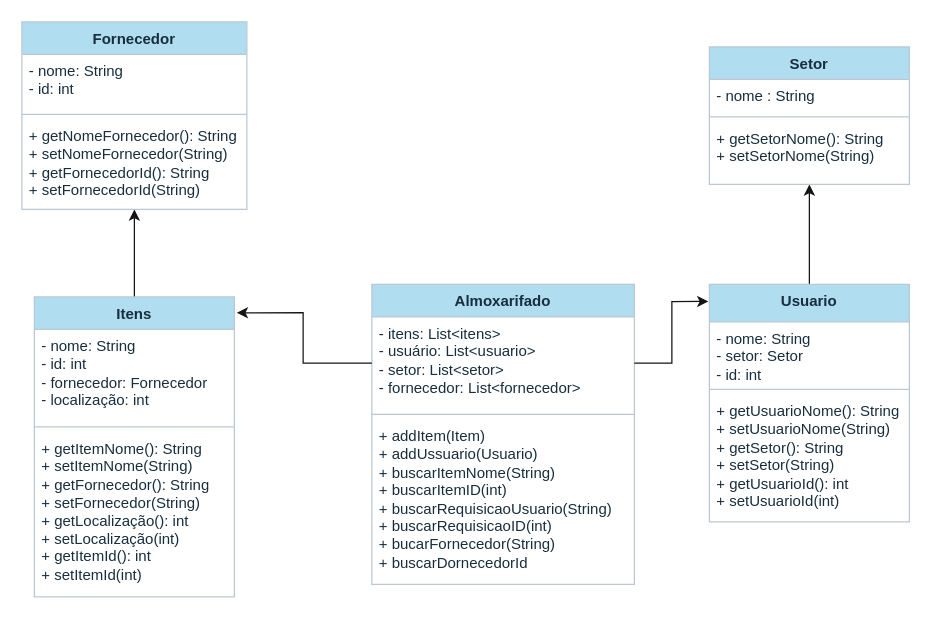
Before: engenharia SW/Classes UML - Almox.drawio in BeatrizBonatto/Bertoti, a draw.io diagram. Source tidied: cells renumbered, new cells numbered last; positions are measured from the earlier drawing's top-left corner, leaving out a move shared by most shapes. Both pictures are drawn from the tidied source at 125%, with x=0, y=0 at pixel (21, 21).
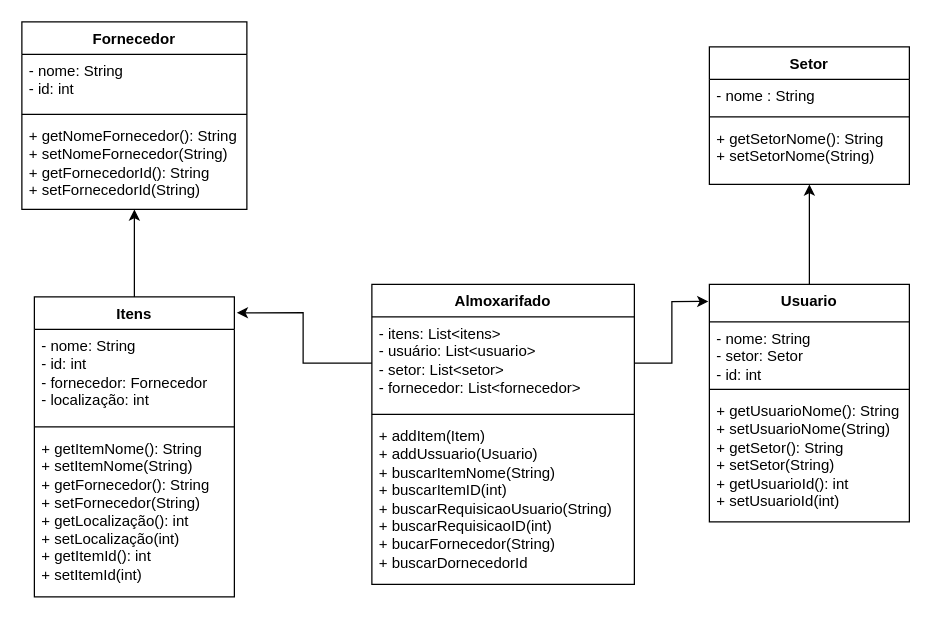
Above is the later version.

Diff of the diagram source:
```diff
@@
-    <mxCell id="2" value="Almoxarifado" style="swimlane;fontStyle=1;align=center;verticalAlign=top;horizontal=1;startSize=26;whiteSpace=wrap;html=1;labelBackgroundColor=none;fillColor=#B1DDF0;strokeColor=#BAC8D3;fontColor=#182E3E;" parent="1" vertex="1">
+    <mxCell id="2" value="Almoxarifado" style="swimlane;fontStyle=1;align=center;verticalAlign=top;horizontal=1;startSize=26;whiteSpace=wrap;html=1;labelBackgroundColor=none;" parent="1" vertex="1">
       <mxGeometry x="280" y="210" width="210" height="240" as="geometry" />
     </mxCell>
-    <mxCell id="3" value="- itens: List&amp;lt;itens&amp;gt;&lt;br&gt;- usuário: List&amp;lt;usuario&amp;gt;&lt;br&gt;- setor: List&amp;lt;setor&amp;gt;&lt;br&gt;- fornecedor: List&amp;lt;fornecedor&amp;gt;" style="text;strokeColor=none;fillColor=none;align=left;verticalAlign=top;spacingLeft=4;spacingRight=4;overflow=hidden;points=[[0,0.5],[1,0.5]];portConstraint=eastwest;whiteSpace=wrap;html=1;labelBackgroundColor=none;fontColor=#182E3E;" parent="2" vertex="1">
+    <mxCell id="3" value="- itens: List&amp;lt;itens&amp;gt;&lt;br&gt;- usuário: List&amp;lt;usuario&amp;gt;&lt;br&gt;- setor: List&amp;lt;setor&amp;gt;&lt;br&gt;- fornecedor: List&amp;lt;fornecedor&amp;gt;" style="text;strokeColor=none;fillColor=none;align=left;verticalAlign=top;spacingLeft=4;spacingRight=4;overflow=hidden;points=[[0,0.5],[1,0.5]];portConstraint=eastwest;whiteSpace=wrap;html=1;labelBackgroundColor=none;" parent="2" vertex="1">
       <mxGeometry y="26" width="210" height="74" as="geometry" />
     </mxCell>
-    <mxCell id="4" style="line;strokeWidth=1;fillColor=none;align=left;verticalAlign=middle;spacingTop=-1;spacingLeft=3;spacingRight=3;labelPosition=right;strokeColor=#BAC8D3;labelBackgroundColor=none;fontColor=#182E3E;" parent="2" vertex="1">
+    <mxCell id="4" style="line;strokeWidth=1;fillColor=none;align=left;verticalAlign=middle;spacingTop=-1;spacingLeft=3;spacingRight=3;labelPosition=right;labelBackgroundColor=none;" parent="2" vertex="1">
       <mxGeometry y="100" width="210" height="8" as="geometry" />
     </mxCell>
-    <mxCell id="5" value="+ addItem(Item)&lt;br&gt;+ addUssuario(Usuario)&lt;br&gt;+ buscarItemNome(String)&lt;br&gt;+ buscarItemID(int)&lt;br&gt;+ buscarRequisicaoUsuario(String)&lt;br&gt;+ buscarRequisicaoID(int)&lt;br&gt;+ bucarFornecedor(String)&lt;br&gt;+ buscarDornecedorId" style="text;strokeColor=none;fillColor=none;align=left;verticalAlign=top;spacingLeft=4;spacingRight=4;overflow=hidden;whiteSpace=wrap;html=1;labelBackgroundColor=none;fontColor=#182E3E;" parent="2" vertex="1">
+    <mxCell id="5" value="+ addItem(Item)&lt;br&gt;+ addUssuario(Usuario)&lt;br&gt;+ buscarItemNome(String)&lt;br&gt;+ buscarItemID(int)&lt;br&gt;+ buscarRequisicaoUsuario(String)&lt;br&gt;+ buscarRequisicaoID(int)&lt;br&gt;+ bucarFornecedor(String)&lt;br&gt;+ buscarDornecedorId" style="text;strokeColor=none;fillColor=none;align=left;verticalAlign=top;spacingLeft=4;spacingRight=4;overflow=hidden;whiteSpace=wrap;html=1;labelBackgroundColor=none;" parent="2" vertex="1">
       <mxGeometry y="108" width="210" height="132" as="geometry" />
     </mxCell>
-    <mxCell id="6" style="edgeStyle=orthogonalEdgeStyle;rounded=0;jettySize=auto;html=1;exitX=0.5;exitY=0;exitDx=0;exitDy=0;entryX=0.5;entryY=1;entryDx=0;entryDy=0;labelBackgroundColor=none;strokeColor=#141414;fontColor=default;" parent="1" edge="1" source="7" target="16">
+    <mxCell id="6" style="edgeStyle=orthogonalEdgeStyle;rounded=0;jettySize=auto;html=1;exitX=0.5;exitY=0;exitDx=0;exitDy=0;entryX=0.5;entryY=1;entryDx=0;entryDy=0;labelBackgroundColor=none;fontColor=default;" parent="1" edge="1" source="7" target="16">
       <mxGeometry relative="1" as="geometry" />
     </mxCell>
-    <mxCell id="7" value="Itens" style="swimlane;fontStyle=1;align=center;verticalAlign=top;horizontal=1;startSize=26;whiteSpace=wrap;html=1;labelBackgroundColor=none;fillColor=#B1DDF0;strokeColor=#BAC8D3;fontColor=#182E3E;" parent="1" vertex="1">
+    <mxCell id="7" value="Itens" style="swimlane;fontStyle=1;align=center;verticalAlign=top;horizontal=1;startSize=26;whiteSpace=wrap;html=1;labelBackgroundColor=none;" parent="1" vertex="1">
       <mxGeometry x="10" y="220" width="160" height="240" as="geometry" />
     </mxCell>
-    <mxCell id="8" value="- nome: String&lt;br&gt;- id: int&lt;br&gt;- fornecedor: Fornecedor&lt;br&gt;- localização: int" style="text;strokeColor=none;fillColor=none;align=left;verticalAlign=top;spacingLeft=4;spacingRight=4;overflow=hidden;whiteSpace=wrap;html=1;labelBackgroundColor=none;fontColor=#182E3E;" parent="7" vertex="1">
+    <mxCell id="8" value="- nome: String&lt;br&gt;- id: int&lt;br&gt;- fornecedor: Fornecedor&lt;br&gt;- localização: int" style="text;strokeColor=none;fillColor=none;align=left;verticalAlign=top;spacingLeft=4;spacingRight=4;overflow=hidden;whiteSpace=wrap;html=1;labelBackgroundColor=none;" parent="7" vertex="1">
       <mxGeometry y="26" width="160" height="74" as="geometry" />
     </mxCell>
-    <mxCell id="9" style="line;strokeWidth=1;fillColor=none;align=left;verticalAlign=middle;spacingTop=-1;spacingLeft=3;spacingRight=3;labelPosition=right;strokeColor=#BAC8D3;labelBackgroundColor=none;fontColor=#182E3E;" parent="7" vertex="1">
+    <mxCell id="9" style="line;strokeWidth=1;fillColor=none;align=left;verticalAlign=middle;spacingTop=-1;spacingLeft=3;spacingRight=3;labelPosition=right;labelBackgroundColor=none;" parent="7" vertex="1">
       <mxGeometry y="100" width="160" height="8" as="geometry" />
     </mxCell>
-    <mxCell id="10" value="+ getItemNome(): String&lt;br style=&quot;border-color: var(--border-color);&quot;&gt;+ setItemNome(String)&lt;br&gt;+ getFornecedor(): String&lt;br style=&quot;border-color: var(--border-color);&quot;&gt;+ setFornecedor(String)&lt;br&gt;+ getLocalização(): int&lt;br style=&quot;border-color: var(--border-color);&quot;&gt;+ setLocalização(int)&lt;br&gt;+ getItemId(): int&lt;br&gt;+ setItemId(int)" style="text;strokeColor=none;fillColor=none;align=left;verticalAlign=top;spacingLeft=4;spacingRight=4;overflow=hidden;whiteSpace=wrap;html=1;labelBackgroundColor=none;fontColor=#182E3E;" parent="7" vertex="1">
+    <mxCell id="10" value="+ getItemNome(): String&lt;br style=&quot;border-color: var(--border-color);&quot;&gt;+ setItemNome(String)&lt;br&gt;+ getFornecedor(): String&lt;br style=&quot;border-color: var(--border-color);&quot;&gt;+ setFornecedor(String)&lt;br&gt;+ getLocalização(): int&lt;br style=&quot;border-color: var(--border-color);&quot;&gt;+ setLocalização(int)&lt;br&gt;+ getItemId(): int&lt;br&gt;+ setItemId(int)" style="text;strokeColor=none;fillColor=none;align=left;verticalAlign=top;spacingLeft=4;spacingRight=4;overflow=hidden;whiteSpace=wrap;html=1;labelBackgroundColor=none;" parent="7" vertex="1">
       <mxGeometry y="108" width="160" height="132" as="geometry" />
     </mxCell>
-    <mxCell id="11" style="edgeStyle=orthogonalEdgeStyle;rounded=0;jettySize=auto;html=1;exitX=0.5;exitY=0;exitDx=0;exitDy=0;entryX=0.5;entryY=1;entryDx=0;entryDy=0;entryPerimeter=0;labelBackgroundColor=none;strokeColor=#141414;fontColor=default;" parent="1" edge="1" source="12" target="23">
+    <mxCell id="11" style="edgeStyle=orthogonalEdgeStyle;rounded=0;jettySize=auto;html=1;exitX=0.5;exitY=0;exitDx=0;exitDy=0;entryX=0.5;entryY=1;entryDx=0;entryDy=0;entryPerimeter=0;labelBackgroundColor=none;fontColor=default;" parent="1" edge="1" source="12" target="23">
       <mxGeometry relative="1" as="geometry" />
     </mxCell>
-    <mxCell id="12" value="Usuario" style="swimlane;fontStyle=1;align=center;verticalAlign=top;horizontal=1;startSize=30;whiteSpace=wrap;html=1;labelBackgroundColor=none;fillColor=#B1DDF0;strokeColor=#BAC8D3;fontColor=#182E3E;" parent="1" vertex="1">
+    <mxCell id="12" value="Usuario" style="swimlane;fontStyle=1;align=center;verticalAlign=top;horizontal=1;startSize=30;whiteSpace=wrap;html=1;labelBackgroundColor=none;" parent="1" vertex="1">
       <mxGeometry x="550" y="210" width="160" height="190" as="geometry" />
     </mxCell>
-    <mxCell id="13" value="- nome: String&lt;br&gt;- setor: Setor&lt;br&gt;- id: int" style="text;strokeColor=none;fillColor=none;align=left;verticalAlign=top;spacingLeft=4;spacingRight=4;overflow=hidden;whiteSpace=wrap;html=1;labelBackgroundColor=none;fontColor=#182E3E;" parent="12" vertex="1">
+    <mxCell id="13" value="- nome: String&lt;br&gt;- setor: Setor&lt;br&gt;- id: int" style="text;strokeColor=none;fillColor=none;align=left;verticalAlign=top;spacingLeft=4;spacingRight=4;overflow=hidden;whiteSpace=wrap;html=1;labelBackgroundColor=none;" parent="12" vertex="1">
       <mxGeometry y="30" width="160" height="50" as="geometry" />
     </mxCell>
-    <mxCell id="14" style="line;strokeWidth=1;fillColor=none;align=left;verticalAlign=middle;spacingTop=-1;spacingLeft=3;spacingRight=3;labelPosition=right;strokeColor=#BAC8D3;labelBackgroundColor=none;fontColor=#182E3E;" parent="12" vertex="1">
+    <mxCell id="14" style="line;strokeWidth=1;fillColor=none;align=left;verticalAlign=middle;spacingTop=-1;spacingLeft=3;spacingRight=3;labelPosition=right;labelBackgroundColor=none;" parent="12" vertex="1">
       <mxGeometry y="80" width="160" height="8" as="geometry" />
     </mxCell>
-    <mxCell id="15" value="+ getUsuarioNome(): String&lt;br&gt;+ setUsuarioNome(String)&lt;br&gt;+ getSetor(): String&lt;br style=&quot;border-color: var(--border-color);&quot;&gt;+ setSetor(String)&lt;br&gt;+ getUsuarioId(): int&lt;br style=&quot;border-color: var(--border-color);&quot;&gt;+ setUsuarioId(int)" style="text;strokeColor=none;fillColor=none;align=left;verticalAlign=top;spacingLeft=4;spacingRight=4;overflow=hidden;whiteSpace=wrap;html=1;labelBackgroundColor=none;fontColor=#182E3E;" parent="12" vertex="1">
+    <mxCell id="15" value="+ getUsuarioNome(): String&lt;br&gt;+ setUsuarioNome(String)&lt;br&gt;+ getSetor(): String&lt;br style=&quot;border-color: var(--border-color);&quot;&gt;+ setSetor(String)&lt;br&gt;+ getUsuarioId(): int&lt;br style=&quot;border-color: var(--border-color);&quot;&gt;+ setUsuarioId(int)" style="text;strokeColor=none;fillColor=none;align=left;verticalAlign=top;spacingLeft=4;spacingRight=4;overflow=hidden;whiteSpace=wrap;html=1;labelBackgroundColor=none;" parent="12" vertex="1">
       <mxGeometry y="88" width="160" height="102" as="geometry" />
     </mxCell>
-    <mxCell id="16" value="Fornecedor" style="swimlane;fontStyle=1;align=center;verticalAlign=top;horizontal=1;startSize=26;whiteSpace=wrap;html=1;labelBackgroundColor=none;fillColor=#B1DDF0;strokeColor=#BAC8D3;fontColor=#182E3E;" parent="1" vertex="1">
+    <mxCell id="16" value="Fornecedor" style="swimlane;fontStyle=1;align=center;verticalAlign=top;horizontal=1;startSize=26;whiteSpace=wrap;html=1;labelBackgroundColor=none;" parent="1" vertex="1">
       <mxGeometry width="180" height="150" as="geometry" />
     </mxCell>
-    <mxCell id="17" value="- nome: String&lt;br&gt;- id: int" style="text;strokeColor=none;fillColor=none;align=left;verticalAlign=top;spacingLeft=4;spacingRight=4;overflow=hidden;whiteSpace=wrap;html=1;labelBackgroundColor=none;fontColor=#182E3E;" parent="16" vertex="1">
+    <mxCell id="17" value="- nome: String&lt;br&gt;- id: int" style="text;strokeColor=none;fillColor=none;align=left;verticalAlign=top;spacingLeft=4;spacingRight=4;overflow=hidden;whiteSpace=wrap;html=1;labelBackgroundColor=none;" parent="16" vertex="1">
       <mxGeometry y="26" width="180" height="44" as="geometry" />
     </mxCell>
-    <mxCell id="18" style="line;strokeWidth=1;fillColor=none;align=left;verticalAlign=middle;spacingTop=-1;spacingLeft=3;spacingRight=3;labelPosition=right;strokeColor=#BAC8D3;labelBackgroundColor=none;fontColor=#182E3E;" parent="16" vertex="1">
+    <mxCell id="18" style="line;strokeWidth=1;fillColor=none;align=left;verticalAlign=middle;spacingTop=-1;spacingLeft=3;spacingRight=3;labelPosition=right;labelBackgroundColor=none;" parent="16" vertex="1">
       <mxGeometry y="70" width="180" height="8" as="geometry" />
     </mxCell>
-    <mxCell id="19" value="+ getNomeFornecedor(): String&lt;br&gt;+ setNomeFornecedor(String)&lt;br&gt;+ getFornecedorId(): String&lt;br&gt;+ setFornecedorId(String)" style="text;strokeColor=none;fillColor=none;align=left;verticalAlign=top;spacingLeft=4;spacingRight=4;overflow=hidden;whiteSpace=wrap;html=1;labelBackgroundColor=none;fontColor=#182E3E;" parent="16" vertex="1">
+    <mxCell id="19" value="+ getNomeFornecedor(): String&lt;br&gt;+ setNomeFornecedor(String)&lt;br&gt;+ getFornecedorId(): String&lt;br&gt;+ setFornecedorId(String)" style="text;strokeColor=none;fillColor=none;align=left;verticalAlign=top;spacingLeft=4;spacingRight=4;overflow=hidden;whiteSpace=wrap;html=1;labelBackgroundColor=none;" parent="16" vertex="1">
       <mxGeometry y="78" width="180" height="72" as="geometry" />
     </mxCell>
-    <mxCell id="20" value="Setor" style="swimlane;fontStyle=1;align=center;verticalAlign=top;horizontal=1;startSize=26;whiteSpace=wrap;html=1;labelBackgroundColor=none;fillColor=#B1DDF0;strokeColor=#BAC8D3;fontColor=#182E3E;" parent="1" vertex="1">
+    <mxCell id="20" value="Setor" style="swimlane;fontStyle=1;align=center;verticalAlign=top;horizontal=1;startSize=26;whiteSpace=wrap;html=1;labelBackgroundColor=none;" parent="1" vertex="1">
       <mxGeometry x="550" y="20" width="160" height="110" as="geometry" />
     </mxCell>
-    <mxCell id="21" value="- nome : String" style="text;strokeColor=none;fillColor=none;align=left;verticalAlign=top;spacingLeft=4;spacingRight=4;overflow=hidden;whiteSpace=wrap;html=1;labelBackgroundColor=none;fontColor=#182E3E;" parent="20" vertex="1">
+    <mxCell id="21" value="- nome : String" style="text;strokeColor=none;fillColor=none;align=left;verticalAlign=top;spacingLeft=4;spacingRight=4;overflow=hidden;whiteSpace=wrap;html=1;labelBackgroundColor=none;" parent="20" vertex="1">
       <mxGeometry y="26" width="160" height="26" as="geometry" />
     </mxCell>
-    <mxCell id="22" style="line;strokeWidth=1;fillColor=none;align=left;verticalAlign=middle;spacingTop=-1;spacingLeft=3;spacingRight=3;labelPosition=right;strokeColor=#BAC8D3;labelBackgroundColor=none;fontColor=#182E3E;" parent="20" vertex="1">
+    <mxCell id="22" style="line;strokeWidth=1;fillColor=none;align=left;verticalAlign=middle;spacingTop=-1;spacingLeft=3;spacingRight=3;labelPosition=right;labelBackgroundColor=none;" parent="20" vertex="1">
       <mxGeometry y="52" width="160" height="8" as="geometry" />
     </mxCell>
-    <mxCell id="23" value="+ getSetorNome(): String&lt;br style=&quot;border-color: var(--border-color);&quot;&gt;+ setSetorNome(String)" style="text;strokeColor=none;fillColor=none;align=left;verticalAlign=top;spacingLeft=4;spacingRight=4;overflow=hidden;points=[[0,0.5],[1,0.5]];portConstraint=eastwest;whiteSpace=wrap;html=1;labelBackgroundColor=none;fontColor=#182E3E;" parent="20" vertex="1">
+    <mxCell id="23" value="+ getSetorNome(): String&lt;br style=&quot;border-color: var(--border-color);&quot;&gt;+ setSetorNome(String)" style="text;strokeColor=none;fillColor=none;align=left;verticalAlign=top;spacingLeft=4;spacingRight=4;overflow=hidden;points=[[0,0.5],[1,0.5]];portConstraint=eastwest;whiteSpace=wrap;html=1;labelBackgroundColor=none;" parent="20" vertex="1">
       <mxGeometry y="60" width="160" height="50" as="geometry" />
     </mxCell>
-    <mxCell id="24" style="edgeStyle=orthogonalEdgeStyle;rounded=0;jettySize=auto;html=1;exitX=0;exitY=0.5;exitDx=0;exitDy=0;entryX=1.012;entryY=0.053;entryDx=0;entryDy=0;entryPerimeter=0;labelBackgroundColor=none;strokeColor=#141414;fontColor=default;" parent="1" edge="1" source="3" target="7">
+    <mxCell id="24" style="edgeStyle=orthogonalEdgeStyle;rounded=0;jettySize=auto;html=1;exitX=0;exitY=0.5;exitDx=0;exitDy=0;entryX=1.012;entryY=0.053;entryDx=0;entryDy=0;entryPerimeter=0;labelBackgroundColor=none;fontColor=default;" parent="1" edge="1" source="3" target="7">
       <mxGeometry relative="1" as="geometry" />
     </mxCell>
-    <mxCell id="25" style="edgeStyle=orthogonalEdgeStyle;rounded=0;jettySize=auto;html=1;exitX=1;exitY=0.5;exitDx=0;exitDy=0;entryX=-0.005;entryY=0.072;entryDx=0;entryDy=0;entryPerimeter=0;labelBackgroundColor=none;strokeColor=#141414;fontColor=default;" parent="1" edge="1" source="3" target="12">
+    <mxCell id="25" style="edgeStyle=orthogonalEdgeStyle;rounded=0;jettySize=auto;html=1;exitX=1;exitY=0.5;exitDx=0;exitDy=0;entryX=-0.005;entryY=0.072;entryDx=0;entryDy=0;entryPerimeter=0;labelBackgroundColor=none;fontColor=default;" parent="1" edge="1" source="3" target="12">
       <mxGeometry relative="1" as="geometry" />
     </mxCell>
```
